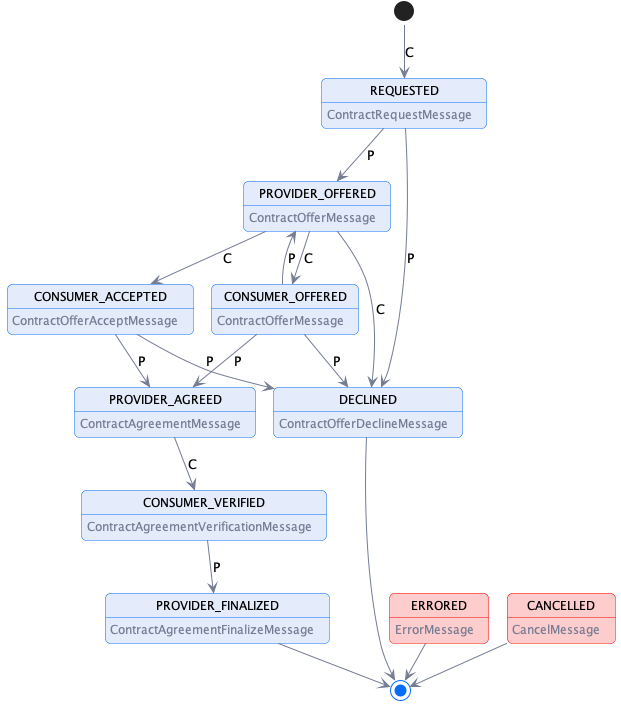
Before: specifications/negotiation/contract.negotiation.state.machine.png, a diagram exported from PlantUML (Metaform/edc-protocols).
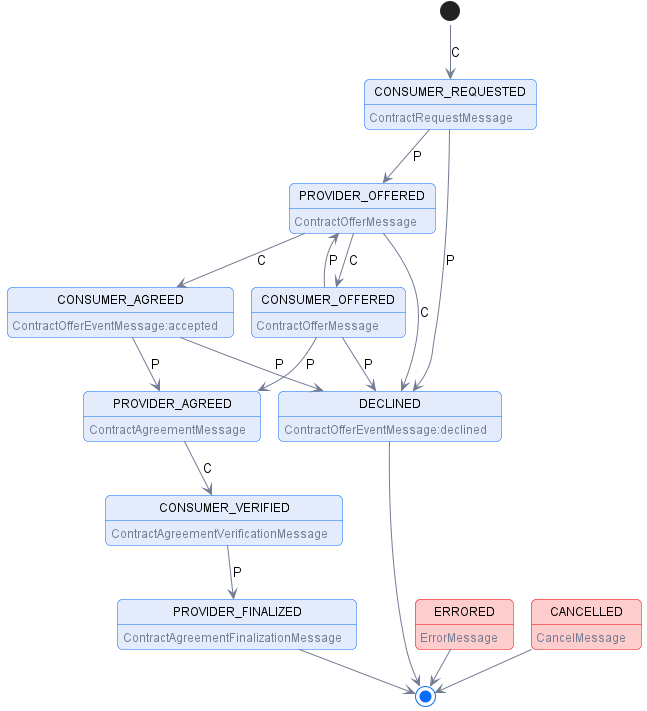
Later version of the same file.

Diff of the diagram source:
```diff
@@ -5,32 +5,32 @@
 
 hide empty description
 
-state REQUESTED: <color:$darkGray>ContractRequestMessage
+state CONSUMER_REQUESTED: <color:$darkGray>ContractRequestMessage
 state PROVIDER_OFFERED: <color:$darkGray>ContractOfferMessage
 state CONSUMER_OFFERED: <color:$darkGray>ContractOfferMessage
-state CONSUMER_ACCEPTED: <color:$darkGray>ContractOfferAcceptMessage
+state CONSUMER_AGREED: <color:$darkGray>ContractOfferEventMessage:accepted
 state PROVIDER_AGREED: <color:$darkGray>ContractAgreementMessage
 state CONSUMER_VERIFIED: <color:$darkGray>ContractAgreementVerificationMessage
-state PROVIDER_FINALIZED: <color:$darkGray>ContractAgreementFinalizeMessage
-state DECLINED:  <color:$darkGray>ContractOfferDeclineMessage
+state PROVIDER_FINALIZED: <color:$darkGray>ContractAgreementFinalizationMessage
+state DECLINED:  <color:$darkGray>ContractOfferEventMessage:declined
 
 state ERRORED $lightRed #$borderRed : <color:$darkGray>ErrorMessage
 state CANCELLED $lightRed #$borderRed:  <color:$darkGray>CancelMessage
 
-[*] --> REQUESTED: C
-REQUESTED -->  PROVIDER_OFFERED: P
-REQUESTED -->  DECLINED: P
+[*] --> CONSUMER_REQUESTED: C
+CONSUMER_REQUESTED -->  PROVIDER_OFFERED: P
+CONSUMER_REQUESTED -->  DECLINED: P
 
 PROVIDER_OFFERED -->  CONSUMER_OFFERED: C
-PROVIDER_OFFERED -->  CONSUMER_ACCEPTED: C
+PROVIDER_OFFERED -->  CONSUMER_AGREED: C
 PROVIDER_OFFERED -->  DECLINED: C
 
 CONSUMER_OFFERED -->  PROVIDER_OFFERED: P
 CONSUMER_OFFERED -->  DECLINED: P
 CONSUMER_OFFERED -->  PROVIDER_AGREED: P
 
-CONSUMER_ACCEPTED --> PROVIDER_AGREED: P
-CONSUMER_ACCEPTED --> DECLINED: P
+CONSUMER_AGREED --> PROVIDER_AGREED: P
+CONSUMER_AGREED --> DECLINED: P
 
 PROVIDER_AGREED --> CONSUMER_VERIFIED: C
 
```
